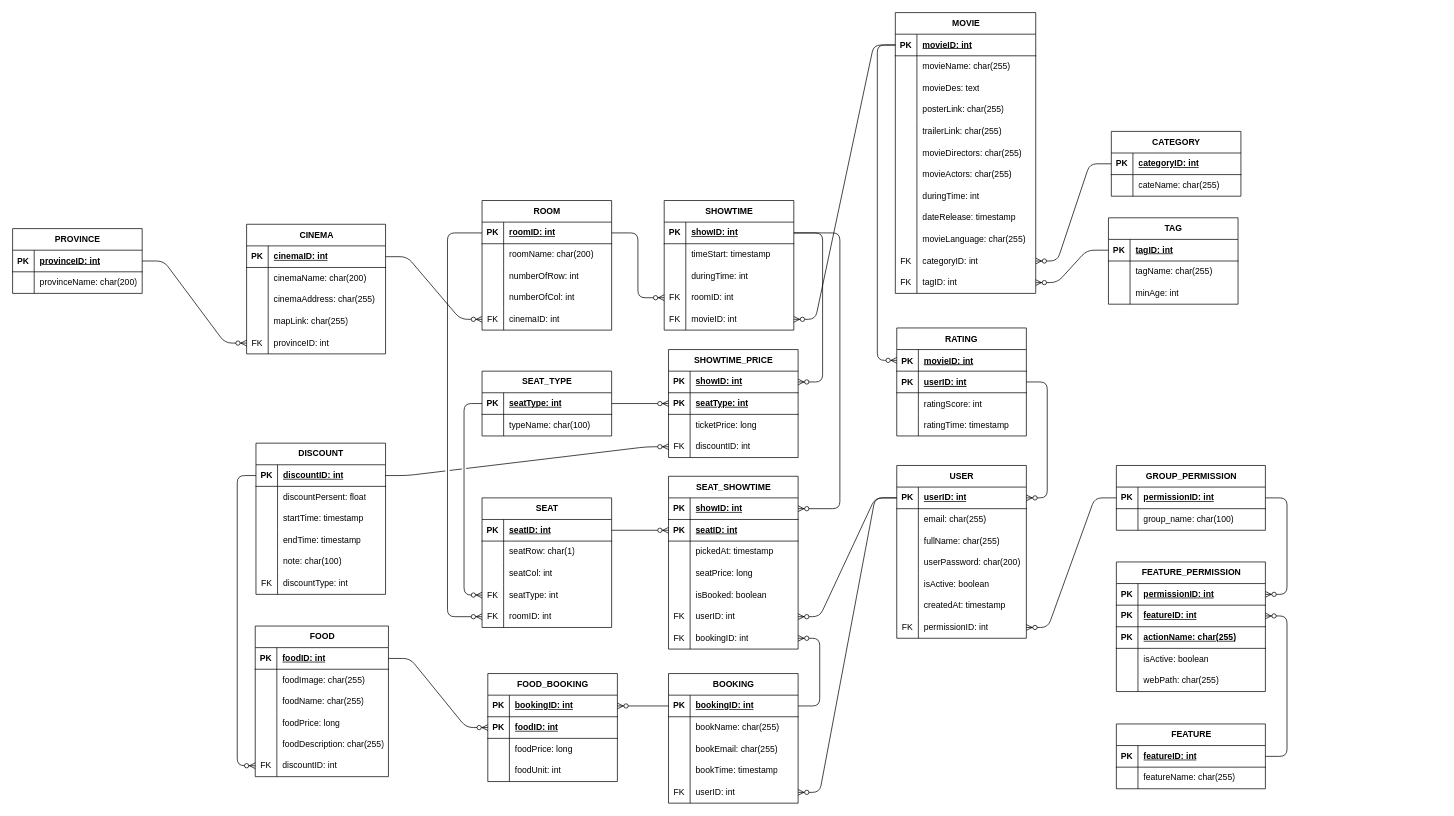
The draw.io diagram page "Official" (3 of 3) of movie_booking.drawio in teamdptl/WebsiteRapPhim, before the edit. Source tidied: cells renumbered, new cells numbered last; positions are measured from the earlier drawing's top-left corner, leaving out a move shared by most shapes. Both pictures are drawn from the tidied source at 72%, with x=0, y=0 at pixel (12, 12).
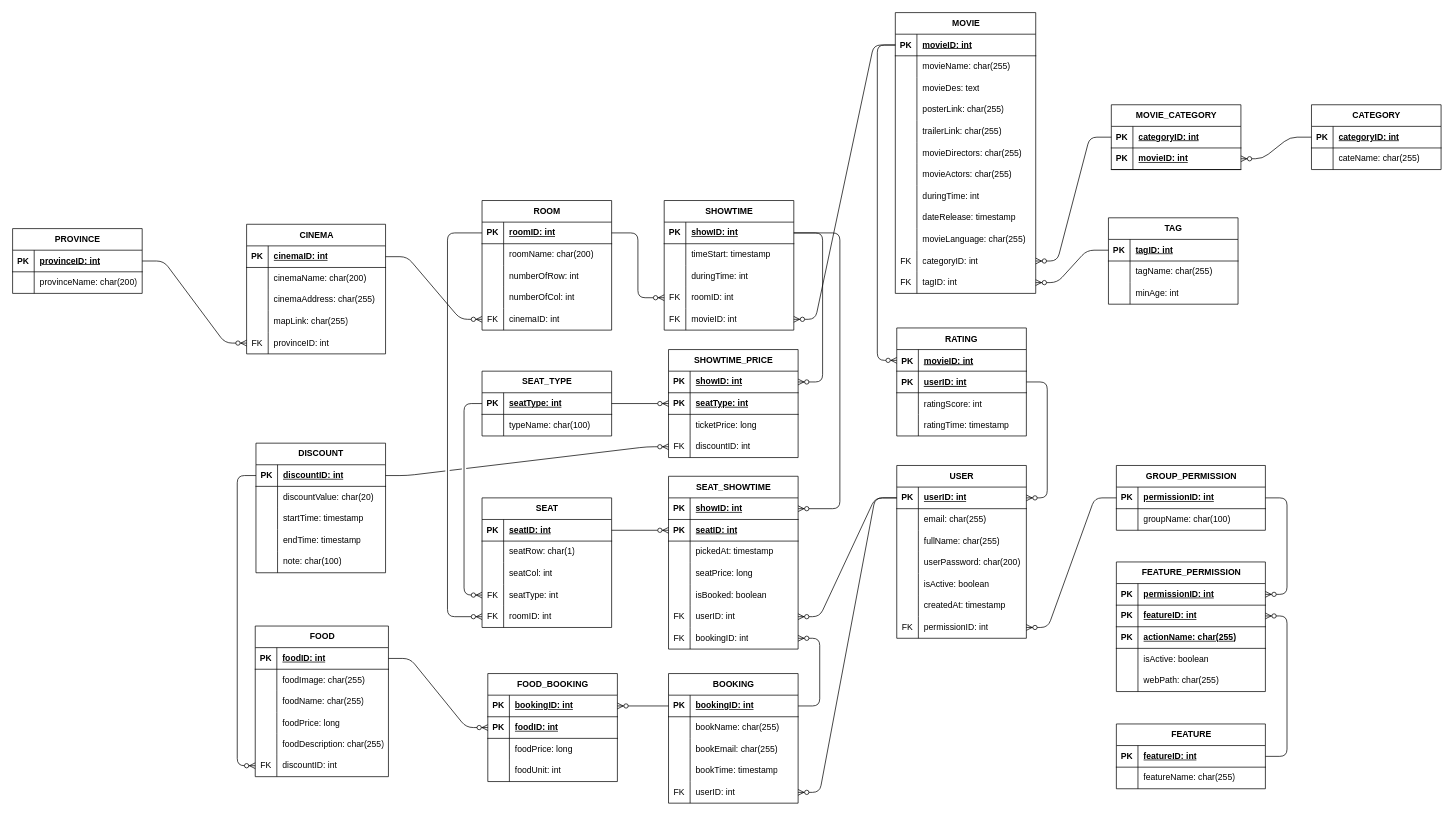
The same page after the edit.

Commit message (it also covers changes not shown here):
add feature belongTo and hasList và drawio

Unchanged cells that the change refers to:
```xml
<mxCell id="238" style="shape=tableRow;horizontal=0;startSize=0;swimlaneHead=0;swimlaneBody=0;fillColor=none;top=0;left=0;right=0;bottom=0;" parent="234" vertex="1">
  <mxGeometry y="60" width="207" height="30" as="geometry" />
</mxCell>
<mxCell id="308" style="shape=tableRow;horizontal=0;startSize=0;swimlaneHead=0;swimlaneBody=0;fillColor=none;top=0;left=0;right=0;bottom=0;" parent="304" vertex="1">
  <mxGeometry y="60" width="180" height="30" as="geometry" />
</mxCell>
```

Change to the diagram source:
```diff
@@
-    <mxCell id="161" value="CATEGORY" style="shape=table;startSize=30;childLayout=tableLayout;rowLines=0;fontStyle=1;align=center;html=1;" parent="1" vertex="1">
-      <mxGeometry x="1526" y="165" width="180" height="90" as="geometry" />
+    <mxCell id="161" value="MOVIE_CATEGORY" style="shape=table;startSize=30;childLayout=tableLayout;rowLines=0;fontStyle=1;align=center;html=1;" parent="1" vertex="1">
+      <mxGeometry x="1526" y="128" width="180" height="90" as="geometry" />
     </mxCell>
@@
-    <mxCell id="165" style="shape=tableRow;horizontal=0;startSize=0;swimlaneHead=0;swimlaneBody=0;fillColor=none;top=0;left=0;right=0;bottom=0;" parent="161" vertex="1">
-      <mxGeometry y="60" width="180" height="30" as="geometry" />
-    </mxCell>
-    <mxCell id="166" style="shape=partialRectangle;fillColor=none;top=0;left=0;bottom=0;right=0;overflow=hidden;whiteSpace=wrap;html=1;" parent="165" vertex="1">
-      <mxGeometry width="30" height="30" as="geometry" />
-    </mxCell>
-    <mxCell id="167" value="cateName: char(255)" style="shape=partialRectangle;fillColor=none;top=0;left=0;bottom=0;right=0;align=left;spacingLeft=6;overflow=hidden;whiteSpace=wrap;html=1;" parent="165" vertex="1">
-      <mxGeometry x="30" width="150" height="30" as="geometry" />
-    </mxCell>
+    <mxCell id="325" style="shape=tableRow;horizontal=0;startSize=0;swimlaneHead=0;swimlaneBody=0;fillColor=none;points=[[0,0.5],[1,0.5]];portConstraint=eastwest;top=0;left=0;right=0;bottom=1;" parent="161" vertex="1">
+      <mxGeometry y="60" width="180" height="30" as="geometry" />
+    </mxCell>
+    <mxCell id="326" value="PK" style="shape=partialRectangle;fillColor=none;top=0;left=0;bottom=0;right=0;fontStyle=1;overflow=hidden;whiteSpace=wrap;html=1;" parent="325" vertex="1">
+      <mxGeometry width="30" height="30" as="geometry" />
+    </mxCell>
+    <mxCell id="327" value="movieID: int" style="shape=partialRectangle;fillColor=none;top=0;left=0;bottom=0;right=0;align=left;spacingLeft=6;fontStyle=5;overflow=hidden;whiteSpace=wrap;html=1;" parent="325" vertex="1">
+      <mxGeometry x="30" width="150" height="30" as="geometry" />
+    </mxCell>
@@
-    <mxCell id="240" value="group_name: char(100)" style="shape=partialRectangle;fillColor=none;top=0;left=0;bottom=0;right=0;align=left;spacingLeft=6;overflow=hidden;whiteSpace=wrap;html=1;" parent="238" vertex="1">
+    <mxCell id="240" value="groupName: char(100)" style="shape=partialRectangle;fillColor=none;top=0;left=0;bottom=0;right=0;align=left;spacingLeft=6;overflow=hidden;whiteSpace=wrap;html=1;" parent="238" vertex="1">
       <mxGeometry x="30" width="177" height="30" as="geometry" />
     </mxCell>
@@
     <mxCell id="304" value="DISCOUNT" style="shape=table;startSize=30;childLayout=tableLayout;rowLines=0;fontStyle=1;align=center;html=1;" parent="1" vertex="1">
-      <mxGeometry x="338" y="598" width="180" height="210" as="geometry" />
+      <mxGeometry x="338" y="598" width="180" height="180" as="geometry" />
     </mxCell>
@@
-    <mxCell id="310" value="discountPersent: float" style="shape=partialRectangle;fillColor=none;top=0;left=0;bottom=0;right=0;align=left;spacingLeft=6;overflow=hidden;whiteSpace=wrap;html=1;" parent="308" vertex="1">
+    <mxCell id="310" value="discountValue: char(20)" style="shape=partialRectangle;fillColor=none;top=0;left=0;bottom=0;right=0;align=left;spacingLeft=6;overflow=hidden;whiteSpace=wrap;html=1;" parent="308" vertex="1">
       <mxGeometry x="30" width="150" height="30" as="geometry" />
     </mxCell>
@@
-    <mxCell id="320" style="shape=tableRow;horizontal=0;startSize=0;swimlaneHead=0;swimlaneBody=0;fillColor=none;top=0;left=0;right=0;bottom=0;" parent="304" vertex="1">
-      <mxGeometry y="180" width="180" height="30" as="geometry" />
-    </mxCell>
-    <mxCell id="321" value="FK" style="shape=partialRectangle;fillColor=none;top=0;left=0;bottom=0;right=0;overflow=hidden;whiteSpace=wrap;html=1;" parent="320" vertex="1">
-      <mxGeometry width="30" height="30" as="geometry" />
-    </mxCell>
-    <mxCell id="322" value="discountType: int" style="shape=partialRectangle;fillColor=none;top=0;left=0;bottom=0;right=0;align=left;spacingLeft=6;overflow=hidden;whiteSpace=wrap;html=1;" parent="320" vertex="1">
-      <mxGeometry x="30" width="150" height="30" as="geometry" />
-    </mxCell>
@@
+    <mxCell id="328" value="CATEGORY" style="shape=table;startSize=30;childLayout=tableLayout;rowLines=0;fontStyle=1;align=center;html=1;" parent="1" vertex="1">
+      <mxGeometry x="1804" y="128" width="180" height="90" as="geometry" />
+    </mxCell>
+    <mxCell id="329" style="shape=tableRow;horizontal=0;startSize=0;swimlaneHead=0;swimlaneBody=0;fillColor=none;points=[[0,0.5],[1,0.5]];portConstraint=eastwest;top=0;left=0;right=0;bottom=1;" parent="328" vertex="1">
+      <mxGeometry y="30" width="180" height="30" as="geometry" />
+    </mxCell>
+    <mxCell id="330" value="PK" style="shape=partialRectangle;fillColor=none;top=0;left=0;bottom=0;right=0;fontStyle=1;overflow=hidden;whiteSpace=wrap;html=1;" parent="329" vertex="1">
+      <mxGeometry width="30" height="30" as="geometry" />
+    </mxCell>
+    <mxCell id="331" value="categoryID: int" style="shape=partialRectangle;fillColor=none;top=0;left=0;bottom=0;right=0;align=left;spacingLeft=6;fontStyle=5;overflow=hidden;whiteSpace=wrap;html=1;" parent="329" vertex="1">
+      <mxGeometry x="30" width="150" height="30" as="geometry" />
+    </mxCell>
+    <mxCell id="165" style="shape=tableRow;horizontal=0;startSize=0;swimlaneHead=0;swimlaneBody=0;fillColor=none;top=0;left=0;right=0;bottom=0;" parent="328" vertex="1">
+      <mxGeometry y="60" width="180" height="30" as="geometry" />
+    </mxCell>
+    <mxCell id="166" style="shape=partialRectangle;fillColor=none;top=0;left=0;bottom=0;right=0;overflow=hidden;whiteSpace=wrap;html=1;" parent="165" vertex="1">
+      <mxGeometry width="30" height="30" as="geometry" />
+    </mxCell>
+    <mxCell id="167" value="cateName: char(255)" style="shape=partialRectangle;fillColor=none;top=0;left=0;bottom=0;right=0;align=left;spacingLeft=6;overflow=hidden;whiteSpace=wrap;html=1;" parent="165" vertex="1">
+      <mxGeometry x="30" width="150" height="30" as="geometry" />
+    </mxCell>
+    <mxCell id="332" style="edgeStyle=entityRelationEdgeStyle;fontSize=12;html=1;endArrow=ERzeroToMany;endFill=1;exitX=0;exitY=0.5;exitDx=0;exitDy=0;entryX=1;entryY=0.5;entryDx=0;entryDy=0;" parent="1" edge="1" source="329" target="325">
+      <mxGeometry relative="1" as="geometry" />
+    </mxCell>
```
